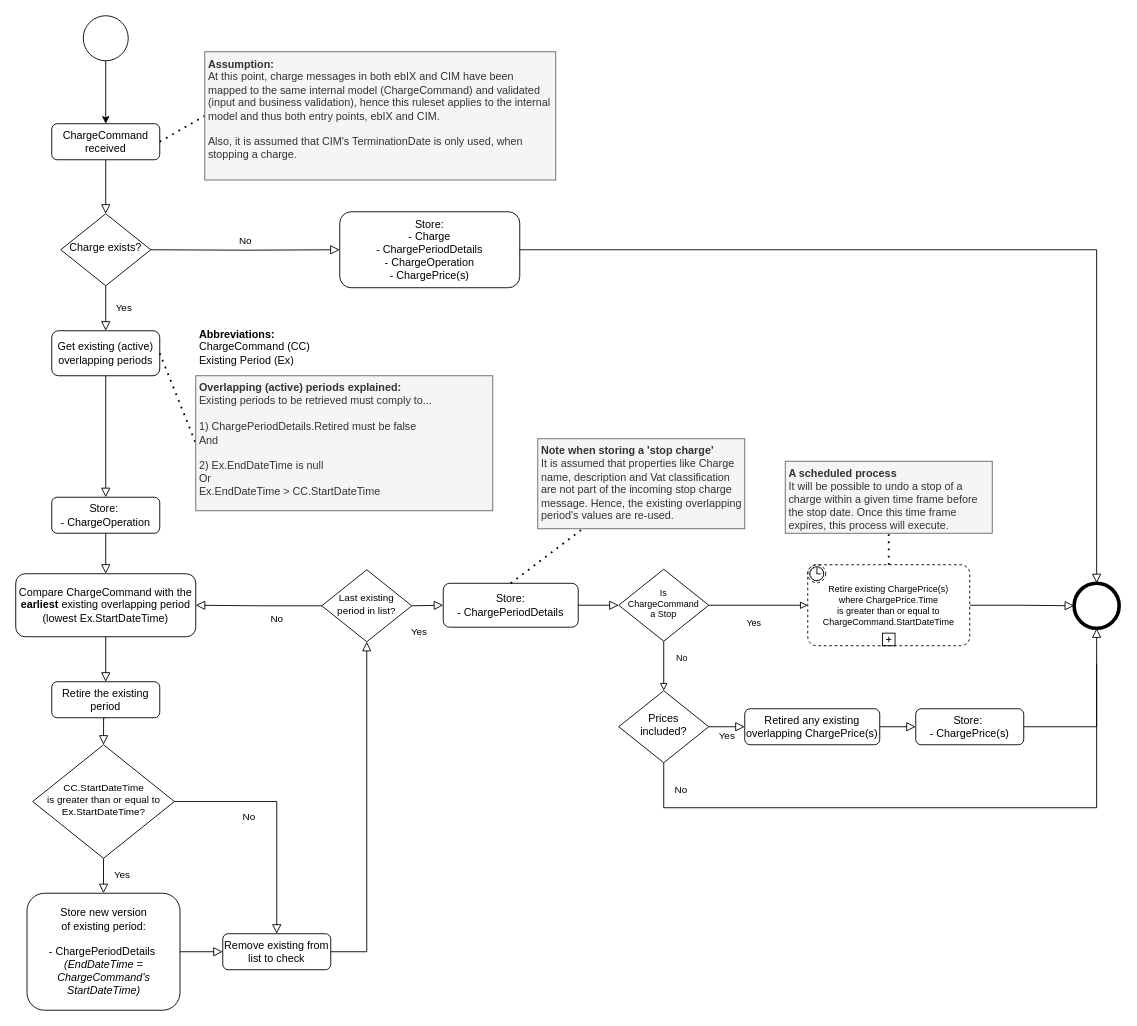
Energinet-DataHub/ARCHIVED-geh-charges keeps this draw.io diagram as docs/images/PersistingChargesRuleSet_ProcessFlow.drawio. Above is the earlier version. Source tidied: cells renumbered, new cells numbered last; positions are measured from the earlier drawing's top-left corner, leaving out a move shared by most shapes. Both pictures are drawn from the tidied source at 90%, with x=0, y=0 at pixel (15, 15).
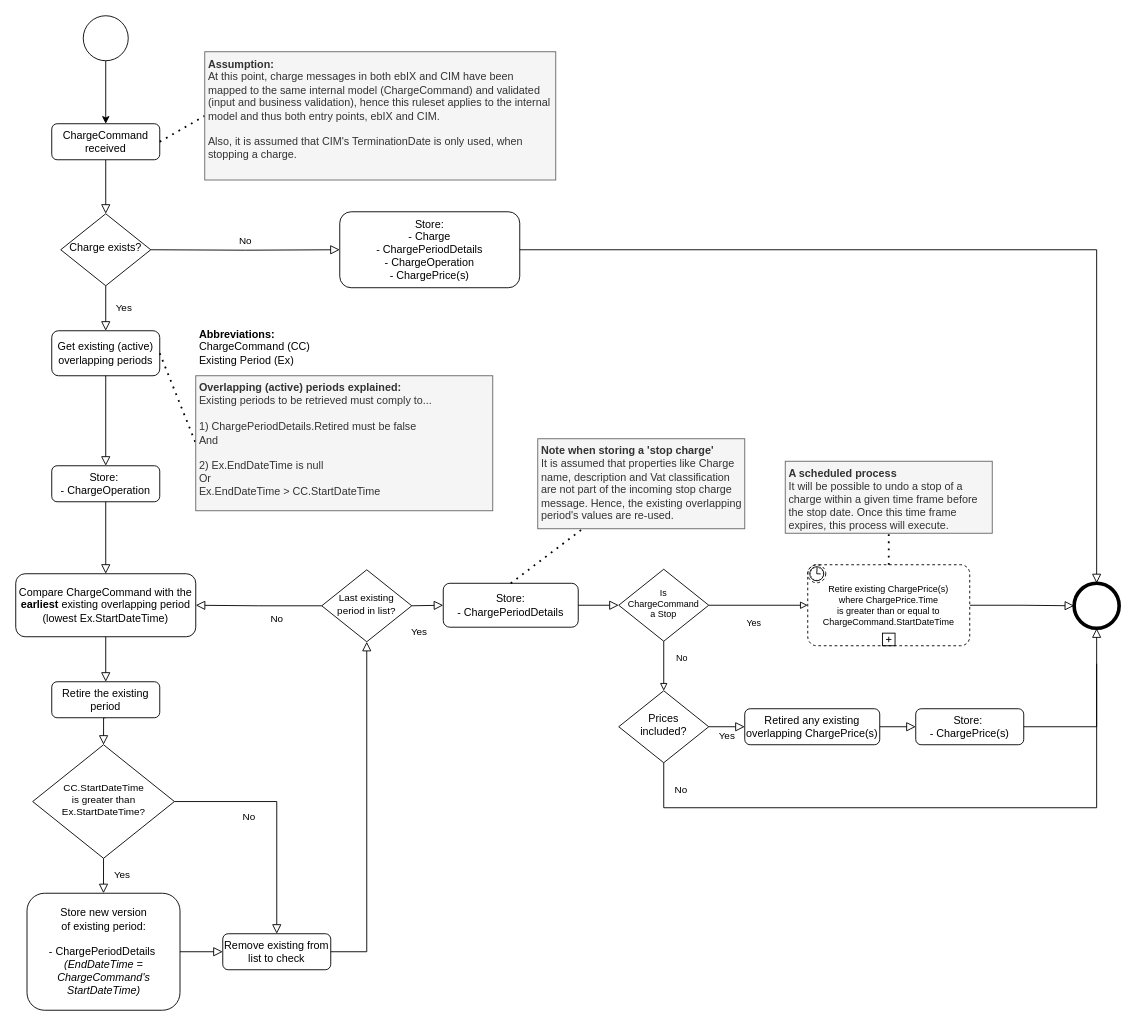
The same page after the edit.

Diff of the diagram source:
```diff
@@
-    <mxCell id="21" value="&lt;font style=&quot;font-size: 11px&quot;&gt;CC.StartDateTime&lt;br&gt;is greater than or equal to&lt;br&gt;Ex.StartDateTime?&lt;br&gt;&lt;/font&gt;" style="rhombus;whiteSpace=wrap;html=1;shadow=0;fontFamily=Helvetica;fontSize=10;align=center;strokeWidth=1;spacing=6;spacingTop=-4;" parent="1" vertex="1">
+    <mxCell id="21" value="&lt;font style=&quot;font-size: 11px&quot;&gt;CC.StartDateTime&lt;br&gt;is greater than&lt;br&gt;Ex.StartDateTime?&lt;br&gt;&lt;/font&gt;" style="rhombus;whiteSpace=wrap;html=1;shadow=0;fontFamily=Helvetica;fontSize=10;align=center;strokeWidth=1;spacing=6;spacingTop=-4;" parent="1" vertex="1">
       <mxGeometry x="18.8" y="810" width="157.5" height="126.2" as="geometry" />
     </mxCell>
@@
     <mxCell id="26" value="Store:&amp;nbsp;&lt;br&gt;- ChargeOperation" style="rounded=1;whiteSpace=wrap;html=1;fontSize=12;glass=0;strokeWidth=1;shadow=0;" parent="1" vertex="1">
-      <mxGeometry x="40" y="535" width="120" height="40" as="geometry" />
+      <mxGeometry x="40" y="500" width="120" height="40" as="geometry" />
     </mxCell>
```
